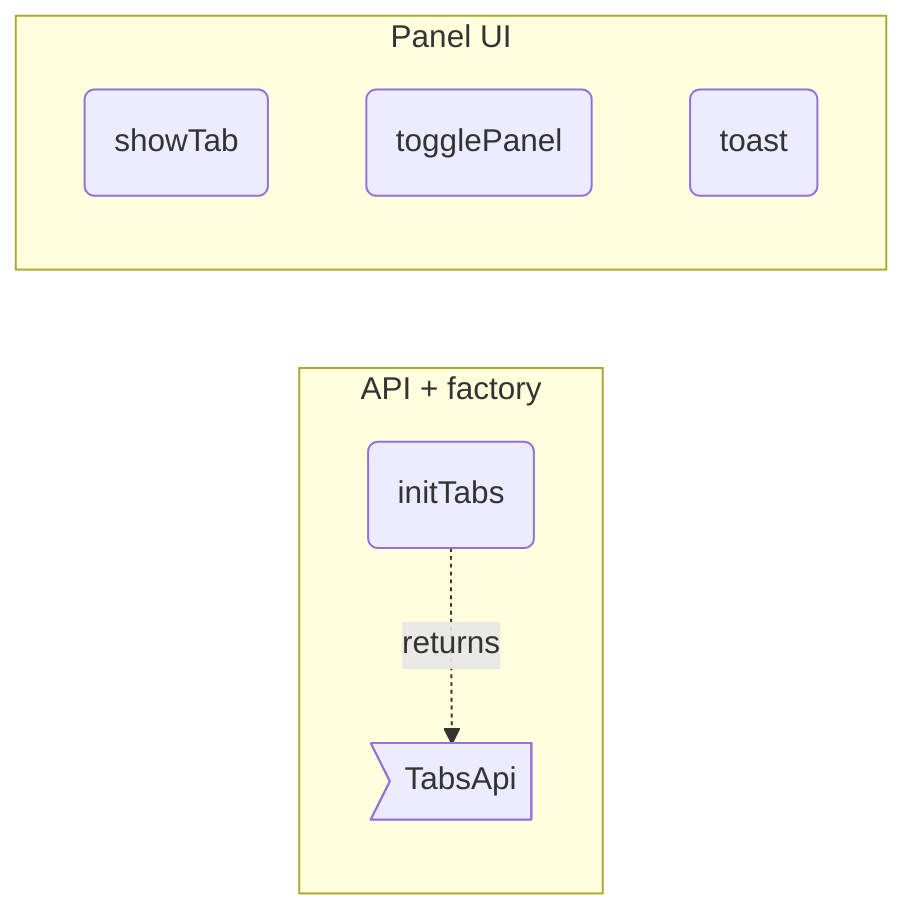
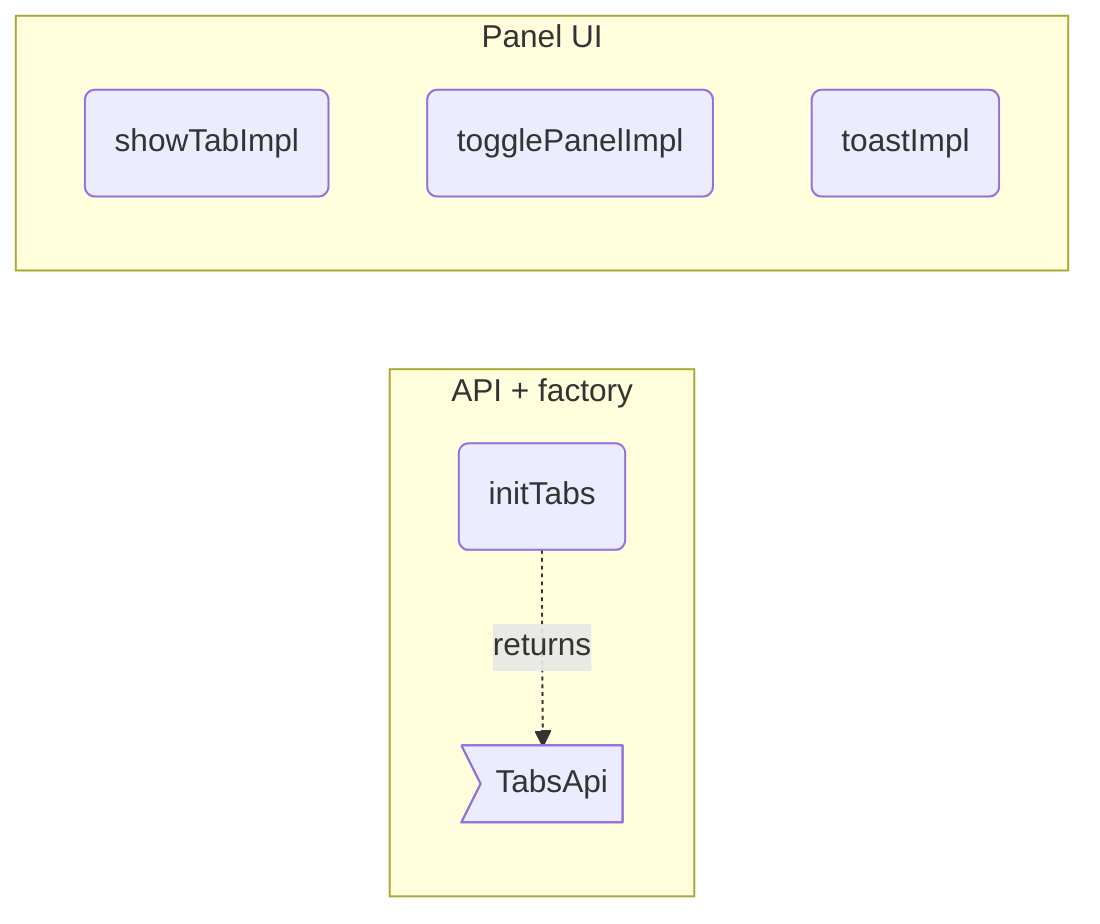
flowchart LR
%% root tabs

%% src TabsApi src/panel/chrome/tabs.ts#TabsApi
%% kind TabsApi type
%% fm:meta TabsApi name=TabsApi
%% fm:meta TabsApi desc=public surface: showTab, togglePanel, toast

%% src initTabs src/panel/chrome/tabs.ts#initTabs
%% kind initTabs function
%% fm:meta initTabs name=initTabs
%% fm:meta initTabs desc=wire the tab buttons, collapse toggle, panel resize handle, bound to ctx
%% fm:meta initTabs i0.name=initTabs
%% fm:meta initTabs i0.accepts=ctx: AppContext
%% fm:meta initTabs i0.returns=TabsApi

- %% src showTab src/panel/chrome/tabs.ts#showTab
- %% kind showTab function
- %% fm:meta showTab name=showTab
- %% fm:meta showTab desc=switch the right panel between inspector, style, mermaid and source panes
- %% fm:meta showTab i0.name=showTab
- %% fm:meta showTab i0.accepts=which: 'insp' | 'style' | 'mmd' | 'source' | 'nav' | 'slice'
- %% fm:meta showTab i0.returns=void
+ %% src showTabImpl src/panel/chrome/tabs.ts#showTabImpl
+ %% kind showTabImpl function
+ %% fm:meta showTabImpl name=showTabImpl
+ %% fm:meta showTabImpl desc=switch the right panel between inspector, style, mermaid and source panes
+ %% fm:meta showTabImpl i0.name=showTabImpl
+ %% fm:meta showTabImpl i0.accepts=state: TabsState
+ %% fm:meta showTabImpl i0.accepts=which: TabName
+ %% fm:meta showTabImpl i0.returns=void

- %% src togglePanel src/panel/chrome/tabs.ts#togglePanel
- %% kind togglePanel function
- %% fm:meta togglePanel name=togglePanel
- %% fm:meta togglePanel desc=collapse or expand the right panel
- %% fm:meta togglePanel i0.name=togglePanel
- %% fm:meta togglePanel i0.returns=void
+ %% src togglePanelImpl src/panel/chrome/tabs.ts#togglePanelImpl
+ %% kind togglePanelImpl function
+ %% fm:meta togglePanelImpl name=togglePanelImpl
+ %% fm:meta togglePanelImpl desc=collapse or expand the right panel
+ %% fm:meta togglePanelImpl i0.name=togglePanelImpl
+ %% fm:meta togglePanelImpl i0.accepts=state: TabsState
+ %% fm:meta togglePanelImpl i0.returns=void

- %% src toast src/panel/chrome/tabs.ts#toast
- %% kind toast function
- %% fm:meta toast name=toast
- %% fm:meta toast desc=show a transient toast message that auto-hides
- %% fm:meta toast i0.name=toast
- %% fm:meta toast i0.accepts=msg: string
- %% fm:meta toast i0.returns=void
+ %% src toastImpl src/panel/chrome/tabs.ts#toastImpl
+ %% kind toastImpl function
+ %% fm:meta toastImpl name=toastImpl
+ %% fm:meta toastImpl desc=show a transient toast message that auto-hides
+ %% fm:meta toastImpl i0.name=toastImpl
+ %% fm:meta toastImpl i0.accepts=state: TabsState
+ %% fm:meta toastImpl i0.accepts=msg: string
+ %% fm:meta toastImpl i0.returns=void

%% parent tb_api tabs
%% parent tb_ui tabs

  subgraph tb_api ["API + factory"]
    TabsApi>"TabsApi"]
    initTabs("initTabs")
  end
  subgraph tb_ui ["Panel UI"]
-     showTab("showTab")
-     togglePanel("togglePanel")
-     toast("toast")
+     showTabImpl("showTabImpl")
+     togglePanelImpl("togglePanelImpl")
+     toastImpl("toastImpl")
  end

  initTabs -.->|returns| TabsApi
